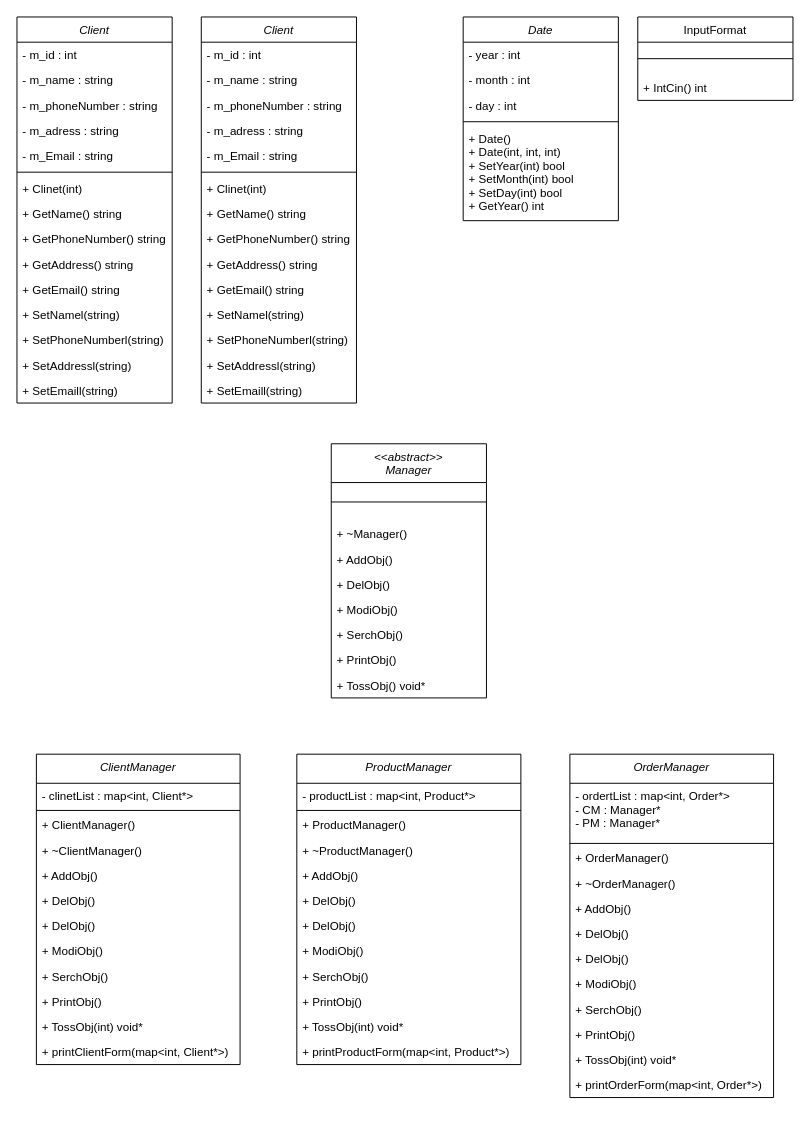
This is Client-Product-manager.drawio from SaintMonguss/Customer-Product-management-project, a draw.io file, before an edit. Source tidied: cells renumbered, new cells numbered last; positions are measured from the earlier drawing's top-left corner, leaving out a move shared by most shapes. Both pictures are drawn from the tidied source at 97%, with x=0, y=0 at pixel (16, 16).
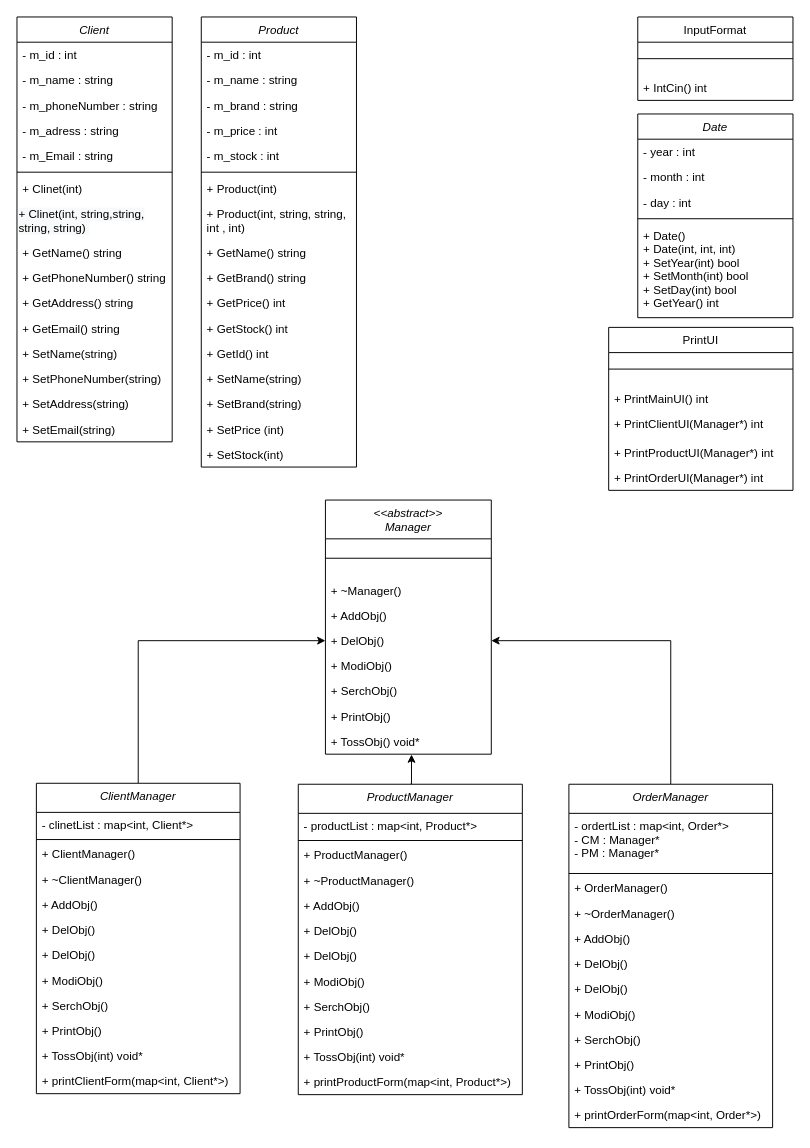
After the change.

Change to the diagram source:
```diff
@@
     <mxCell id="2" value="Client" style="swimlane;fontStyle=2;align=center;verticalAlign=top;horizontal=1;startSize=26;rounded=0;shadow=0;strokeWidth=1;" parent="1" vertex="1">
-      <mxGeometry width="160" height="398" as="geometry" />
+      <mxGeometry width="160" height="438" as="geometry" />
     </mxCell>
@@
+    <mxCell id="91" value="&lt;span style=&quot;color: rgb(0, 0, 0); font-family: Helvetica; font-size: 12px; font-style: normal; font-variant-ligatures: normal; font-variant-caps: normal; font-weight: 400; letter-spacing: normal; orphans: 2; text-align: left; text-indent: 0px; text-transform: none; widows: 2; word-spacing: 0px; -webkit-text-stroke-width: 0px; background-color: rgb(248, 249, 250); text-decoration-thickness: initial; text-decoration-style: initial; text-decoration-color: initial; float: none; display: inline !important;&quot;&gt;+ Clinet(int, string,string,&lt;br&gt;string, string)&amp;nbsp;&lt;/span&gt;" style="text;whiteSpace=wrap;html=1;" parent="2" vertex="1">
+      <mxGeometry y="190" width="160" height="40" as="geometry" />
+    </mxCell>
     <mxCell id="10" value="+ GetName() string" style="text;align=left;verticalAlign=top;spacingLeft=4;spacingRight=4;overflow=hidden;" parent="2" vertex="1">
-      <mxGeometry y="190" width="160" height="26" as="geometry" />
+      <mxGeometry y="230" width="160" height="26" as="geometry" />
     </mxCell>
     <mxCell id="11" value="+ GetPhoneNumber() string" style="text;align=left;verticalAlign=top;spacingLeft=4;spacingRight=4;overflow=hidden;" parent="2" vertex="1">
-      <mxGeometry y="216" width="160" height="26" as="geometry" />
+      <mxGeometry y="256" width="160" height="26" as="geometry" />
     </mxCell>
     <mxCell id="12" value="+ GetAddress() string" style="text;align=left;verticalAlign=top;spacingLeft=4;spacingRight=4;overflow=hidden;" parent="2" vertex="1">
-      <mxGeometry y="242" width="160" height="26" as="geometry" />
+      <mxGeometry y="282" width="160" height="26" as="geometry" />
     </mxCell>
     <mxCell id="13" value="+ GetEmail() string" style="text;align=left;verticalAlign=top;spacingLeft=4;spacingRight=4;overflow=hidden;" parent="2" vertex="1">
-      <mxGeometry y="268" width="160" height="26" as="geometry" />
+      <mxGeometry y="308" width="160" height="26" as="geometry" />
     </mxCell>
-    <mxCell id="14" value="+ SetNamel(string)" style="text;align=left;verticalAlign=top;spacingLeft=4;spacingRight=4;overflow=hidden;" parent="2" vertex="1">
-      <mxGeometry y="294" width="160" height="26" as="geometry" />
+    <mxCell id="14" value="+ SetName(string)" style="text;align=left;verticalAlign=top;spacingLeft=4;spacingRight=4;overflow=hidden;" parent="2" vertex="1">
+      <mxGeometry y="334" width="160" height="26" as="geometry" />
     </mxCell>
-    <mxCell id="15" value="+ SetPhoneNumberl(string)" style="text;align=left;verticalAlign=top;spacingLeft=4;spacingRight=4;overflow=hidden;" parent="2" vertex="1">
-      <mxGeometry y="320" width="160" height="26" as="geometry" />
+    <mxCell id="15" value="+ SetPhoneNumber(string)" style="text;align=left;verticalAlign=top;spacingLeft=4;spacingRight=4;overflow=hidden;" parent="2" vertex="1">
+      <mxGeometry y="360" width="160" height="26" as="geometry" />
     </mxCell>
-    <mxCell id="16" value="+ SetAddressl(string)" style="text;align=left;verticalAlign=top;spacingLeft=4;spacingRight=4;overflow=hidden;" parent="2" vertex="1">
-      <mxGeometry y="346" width="160" height="26" as="geometry" />
+    <mxCell id="16" value="+ SetAddress(string)" style="text;align=left;verticalAlign=top;spacingLeft=4;spacingRight=4;overflow=hidden;" parent="2" vertex="1">
+      <mxGeometry y="386" width="160" height="26" as="geometry" />
     </mxCell>
-    <mxCell id="17" value="+ SetEmaill(string)" style="text;align=left;verticalAlign=top;spacingLeft=4;spacingRight=4;overflow=hidden;" parent="2" vertex="1">
-      <mxGeometry y="372" width="160" height="26" as="geometry" />
+    <mxCell id="17" value="+ SetEmail(string)" style="text;align=left;verticalAlign=top;spacingLeft=4;spacingRight=4;overflow=hidden;" parent="2" vertex="1">
+      <mxGeometry y="412" width="160" height="26" as="geometry" />
     </mxCell>
@@
     <mxCell id="21" value="Date" style="swimlane;fontStyle=2;align=center;verticalAlign=top;horizontal=1;startSize=26;rounded=0;shadow=0;strokeWidth=1;" parent="1" vertex="1">
-      <mxGeometry x="460" width="160" height="210" as="geometry" />
+      <mxGeometry x="640" y="100" width="160" height="210" as="geometry" />
     </mxCell>
@@
     <mxCell id="27" value="&lt;&lt;abstract&gt;&gt;&#10;Manager" style="swimlane;fontStyle=2;align=center;verticalAlign=top;horizontal=1;startSize=40;rounded=0;shadow=0;strokeWidth=1;" parent="1" vertex="1">
-      <mxGeometry x="324" y="440" width="160" height="262" as="geometry" />
+      <mxGeometry x="318" y="498" width="171" height="262" as="geometry" />
     </mxCell>
     <mxCell id="28" style="line;html=1;strokeWidth=1;align=left;verticalAlign=middle;spacingTop=-1;spacingLeft=3;spacingRight=3;labelPosition=right;" parent="27" vertex="1">
-      <mxGeometry y="40" width="160" height="40" as="geometry" />
+      <mxGeometry y="40" width="171" height="40" as="geometry" />
     </mxCell>
     <mxCell id="29" value="+ ~Manager()" style="text;align=left;verticalAlign=top;spacingLeft=4;spacingRight=4;overflow=hidden;" parent="27" vertex="1">
-      <mxGeometry y="80" width="160" height="26" as="geometry" />
+      <mxGeometry y="80" width="171" height="26" as="geometry" />
     </mxCell>
     <mxCell id="30" value="+ AddObj()" style="text;align=left;verticalAlign=top;spacingLeft=4;spacingRight=4;overflow=hidden;" parent="27" vertex="1">
-      <mxGeometry y="106" width="160" height="26" as="geometry" />
+      <mxGeometry y="106" width="171" height="26" as="geometry" />
     </mxCell>
     <mxCell id="31" value="+ DelObj()" style="text;align=left;verticalAlign=top;spacingLeft=4;spacingRight=4;overflow=hidden;points=[[0,0.5],[1,0.5]];portConstraint=eastwest;" parent="27" vertex="1">
-      <mxGeometry y="132" width="160" height="26" as="geometry" />
+      <mxGeometry y="132" width="171" height="26" as="geometry" />
     </mxCell>
     <mxCell id="32" value="+ ModiObj()" style="text;align=left;verticalAlign=top;spacingLeft=4;spacingRight=4;overflow=hidden;" parent="27" vertex="1">
-      <mxGeometry y="158" width="160" height="26" as="geometry" />
+      <mxGeometry y="158" width="171" height="26" as="geometry" />
     </mxCell>
     <mxCell id="33" value="+ SerchObj()" style="text;align=left;verticalAlign=top;spacingLeft=4;spacingRight=4;overflow=hidden;" parent="27" vertex="1">
-      <mxGeometry y="184" width="160" height="26" as="geometry" />
+      <mxGeometry y="184" width="171" height="26" as="geometry" />
     </mxCell>
     <mxCell id="34" value="+ PrintObj()" style="text;align=left;verticalAlign=top;spacingLeft=4;spacingRight=4;overflow=hidden;" parent="27" vertex="1">
-      <mxGeometry y="210" width="160" height="26" as="geometry" />
+      <mxGeometry y="210" width="171" height="26" as="geometry" />
     </mxCell>
     <mxCell id="35" value="+ TossObj() void*" style="text;align=left;verticalAlign=top;spacingLeft=4;spacingRight=4;overflow=hidden;points=[[0,0.5],[1,0.5]];portConstraint=eastwest;" parent="27" vertex="1">
-      <mxGeometry y="236" width="160" height="26" as="geometry" />
+      <mxGeometry y="236" width="171" height="26" as="geometry" />
     </mxCell>
+    <mxCell id="92" style="edgeStyle=orthogonalEdgeStyle;rounded=0;jettySize=auto;html=1;exitX=0.5;exitY=0;exitDx=0;exitDy=0;entryX=0;entryY=0.5;entryDx=0;entryDy=0;" parent="1" edge="1" source="36" target="31">
+      <mxGeometry relative="1" as="geometry" />
+    </mxCell>
     <mxCell id="36" value="ClientManager" style="swimlane;fontStyle=2;align=center;verticalAlign=top;horizontal=1;startSize=30;rounded=0;shadow=0;strokeWidth=1;" parent="1" vertex="1">
-      <mxGeometry x="20" y="760" width="210" height="320" as="geometry" />
+      <mxGeometry x="20" y="790" width="210" height="320" as="geometry" />
     </mxCell>
@@
+    <mxCell id="93" style="edgeStyle=orthogonalEdgeStyle;rounded=0;jettySize=auto;html=1;exitX=0.5;exitY=0;exitDx=0;exitDy=0;entryX=0.519;entryY=1.013;entryDx=0;entryDy=0;entryPerimeter=0;" parent="1" edge="1" source="49" target="35">
+      <mxGeometry relative="1" as="geometry" />
+    </mxCell>
     <mxCell id="49" value="ProductManager" style="swimlane;fontStyle=2;align=center;verticalAlign=top;horizontal=1;startSize=30;rounded=0;shadow=0;strokeWidth=1;" parent="1" vertex="1">
-      <mxGeometry x="288.5" y="760" width="231" height="320" as="geometry" />
+      <mxGeometry x="290" y="791" width="231" height="320" as="geometry" />
     </mxCell>
@@
+    <mxCell id="94" style="edgeStyle=orthogonalEdgeStyle;rounded=0;jettySize=auto;html=1;exitX=0.5;exitY=0;exitDx=0;exitDy=0;entryX=1;entryY=0.5;entryDx=0;entryDy=0;" parent="1" edge="1" source="62" target="31">
+      <mxGeometry relative="1" as="geometry" />
+    </mxCell>
     <mxCell id="62" value="OrderManager" style="swimlane;fontStyle=2;align=center;verticalAlign=top;horizontal=1;startSize=30;rounded=0;shadow=0;strokeWidth=1;" parent="1" vertex="1">
-      <mxGeometry x="570" y="760" width="210" height="354" as="geometry" />
+      <mxGeometry x="569" y="791" width="210" height="354" as="geometry" />
     </mxCell>
@@
-    <mxCell id="75" value="Client" style="swimlane;fontStyle=2;align=center;verticalAlign=top;horizontal=1;startSize=26;rounded=0;shadow=0;strokeWidth=1;" parent="1" vertex="1">
-      <mxGeometry x="190" width="160" height="398" as="geometry" />
+    <mxCell id="75" value="Product" style="swimlane;fontStyle=2;align=center;verticalAlign=top;horizontal=1;startSize=26;rounded=0;shadow=0;strokeWidth=1;" parent="1" vertex="1">
+      <mxGeometry x="190" width="160" height="464" as="geometry" />
     </mxCell>
@@
-    <mxCell id="78" value="- m_phoneNumber : string" style="text;align=left;verticalAlign=top;spacingLeft=4;spacingRight=4;overflow=hidden;rounded=0;shadow=0;html=0;" parent="75" vertex="1">
+    <mxCell id="78" value="- m_brand : string" style="text;align=left;verticalAlign=top;spacingLeft=4;spacingRight=4;overflow=hidden;rounded=0;shadow=0;html=0;" parent="75" vertex="1">
       <mxGeometry y="78" width="160" height="26" as="geometry" />
     </mxCell>
-    <mxCell id="79" value="- m_adress : string" style="text;align=left;verticalAlign=top;spacingLeft=4;spacingRight=4;overflow=hidden;rounded=0;shadow=0;html=0;" parent="75" vertex="1">
+    <mxCell id="79" value="- m_price : int" style="text;align=left;verticalAlign=top;spacingLeft=4;spacingRight=4;overflow=hidden;rounded=0;shadow=0;html=0;" parent="75" vertex="1">
       <mxGeometry y="104" width="160" height="26" as="geometry" />
     </mxCell>
-    <mxCell id="80" value="- m_Email : string" style="text;align=left;verticalAlign=top;spacingLeft=4;spacingRight=4;overflow=hidden;rounded=0;shadow=0;html=0;" parent="75" vertex="1">
+    <mxCell id="80" value="- m_stock : int" style="text;align=left;verticalAlign=top;spacingLeft=4;spacingRight=4;overflow=hidden;rounded=0;shadow=0;html=0;" parent="75" vertex="1">
       <mxGeometry y="130" width="160" height="26" as="geometry" />
     </mxCell>
@@
-    <mxCell id="82" value="+ Clinet(int) " style="text;align=left;verticalAlign=top;spacingLeft=4;spacingRight=4;overflow=hidden;" parent="75" vertex="1">
+    <mxCell id="82" value="+ Product(int) " style="text;align=left;verticalAlign=top;spacingLeft=4;spacingRight=4;overflow=hidden;" parent="75" vertex="1">
       <mxGeometry y="164" width="160" height="26" as="geometry" />
     </mxCell>
+    <mxCell id="95" value="+ Product(int, string, string,&#10;int , int) " style="text;align=left;verticalAlign=top;spacingLeft=4;spacingRight=4;overflow=hidden;" parent="75" vertex="1">
+      <mxGeometry y="190" width="160" height="40" as="geometry" />
+    </mxCell>
     <mxCell id="83" value="+ GetName() string" style="text;align=left;verticalAlign=top;spacingLeft=4;spacingRight=4;overflow=hidden;" parent="75" vertex="1">
-      <mxGeometry y="190" width="160" height="26" as="geometry" />
+      <mxGeometry y="230" width="160" height="26" as="geometry" />
     </mxCell>
-    <mxCell id="84" value="+ GetPhoneNumber() string" style="text;align=left;verticalAlign=top;spacingLeft=4;spacingRight=4;overflow=hidden;" parent="75" vertex="1">
-      <mxGeometry y="216" width="160" height="26" as="geometry" />
+    <mxCell id="84" value="+ GetBrand() string" style="text;align=left;verticalAlign=top;spacingLeft=4;spacingRight=4;overflow=hidden;" parent="75" vertex="1">
+      <mxGeometry y="256" width="160" height="26" as="geometry" />
     </mxCell>
-    <mxCell id="85" value="+ GetAddress() string" style="text;align=left;verticalAlign=top;spacingLeft=4;spacingRight=4;overflow=hidden;" parent="75" vertex="1">
-      <mxGeometry y="242" width="160" height="26" as="geometry" />
+    <mxCell id="85" value="+ GetPrice() int" style="text;align=left;verticalAlign=top;spacingLeft=4;spacingRight=4;overflow=hidden;" parent="75" vertex="1">
+      <mxGeometry y="282" width="160" height="26" as="geometry" />
     </mxCell>
-    <mxCell id="86" value="+ GetEmail() string" style="text;align=left;verticalAlign=top;spacingLeft=4;spacingRight=4;overflow=hidden;" parent="75" vertex="1">
-      <mxGeometry y="268" width="160" height="26" as="geometry" />
+    <mxCell id="86" value="+ GetStock() int" style="text;align=left;verticalAlign=top;spacingLeft=4;spacingRight=4;overflow=hidden;" parent="75" vertex="1">
+      <mxGeometry y="308" width="160" height="26" as="geometry" />
     </mxCell>
+    <mxCell id="96" value="+ GetId() int" style="text;align=left;verticalAlign=top;spacingLeft=4;spacingRight=4;overflow=hidden;" parent="75" vertex="1">
+      <mxGeometry y="334" width="160" height="26" as="geometry" />
+    </mxCell>
-    <mxCell id="87" value="+ SetNamel(string)" style="text;align=left;verticalAlign=top;spacingLeft=4;spacingRight=4;overflow=hidden;" parent="75" vertex="1">
-      <mxGeometry y="294" width="160" height="26" as="geometry" />
+    <mxCell id="87" value="+ SetName(string)" style="text;align=left;verticalAlign=top;spacingLeft=4;spacingRight=4;overflow=hidden;" parent="75" vertex="1">
+      <mxGeometry y="360" width="160" height="26" as="geometry" />
     </mxCell>
-    <mxCell id="88" value="+ SetPhoneNumberl(string)" style="text;align=left;verticalAlign=top;spacingLeft=4;spacingRight=4;overflow=hidden;" parent="75" vertex="1">
-      <mxGeometry y="320" width="160" height="26" as="geometry" />
+    <mxCell id="88" value="+ SetBrand(string)" style="text;align=left;verticalAlign=top;spacingLeft=4;spacingRight=4;overflow=hidden;" parent="75" vertex="1">
+      <mxGeometry y="386" width="160" height="26" as="geometry" />
     </mxCell>
-    <mxCell id="89" value="+ SetAddressl(string)" style="text;align=left;verticalAlign=top;spacingLeft=4;spacingRight=4;overflow=hidden;" parent="75" vertex="1">
-      <mxGeometry y="346" width="160" height="26" as="geometry" />
+    <mxCell id="89" value="+ SetPrice (int)" style="text;align=left;verticalAlign=top;spacingLeft=4;spacingRight=4;overflow=hidden;" parent="75" vertex="1">
+      <mxGeometry y="412" width="160" height="26" as="geometry" />
     </mxCell>
-    <mxCell id="90" value="+ SetEmaill(string)" style="text;align=left;verticalAlign=top;spacingLeft=4;spacingRight=4;overflow=hidden;" parent="75" vertex="1">
-      <mxGeometry y="372" width="160" height="26" as="geometry" />
+    <mxCell id="90" value="+ SetStock(int)" style="text;align=left;verticalAlign=top;spacingLeft=4;spacingRight=4;overflow=hidden;" parent="75" vertex="1">
+      <mxGeometry y="438" width="160" height="26" as="geometry" />
     </mxCell>
+    <mxCell id="97" value="PrintUI" style="swimlane;fontStyle=0;align=center;verticalAlign=top;horizontal=1;startSize=26;rounded=0;shadow=0;strokeWidth=1;" parent="1" vertex="1">
+      <mxGeometry x="610" y="320" width="190" height="168" as="geometry" />
+    </mxCell>
+    <mxCell id="98" style="line;html=1;strokeWidth=1;align=left;verticalAlign=middle;spacingTop=-1;spacingLeft=3;spacingRight=3;labelPosition=right;" parent="97" vertex="1">
+      <mxGeometry y="26" width="190" height="34" as="geometry" />
+    </mxCell>
+    <mxCell id="99" value="+ PrintMainUI() int" style="text;align=left;verticalAlign=top;spacingLeft=4;spacingRight=4;overflow=hidden;" parent="97" vertex="1">
+      <mxGeometry y="60" width="190" height="26" as="geometry" />
+    </mxCell>
+    <mxCell id="100" value="+ PrintClientUI(Manager*) int" style="text;align=left;verticalAlign=top;spacingLeft=4;spacingRight=4;overflow=hidden;" parent="97" vertex="1">
+      <mxGeometry y="86" width="190" height="30" as="geometry" />
+    </mxCell>
+    <mxCell id="101" value="+ PrintProductUI(Manager*) int" style="text;align=left;verticalAlign=top;spacingLeft=4;spacingRight=4;overflow=hidden;" parent="97" vertex="1">
+      <mxGeometry y="116" width="190" height="26" as="geometry" />
+    </mxCell>
+    <mxCell id="102" value="+ PrintOrderUI(Manager*) int" style="text;align=left;verticalAlign=top;spacingLeft=4;spacingRight=4;overflow=hidden;" parent="97" vertex="1">
+      <mxGeometry y="142" width="190" height="26" as="geometry" />
+    </mxCell>
```
